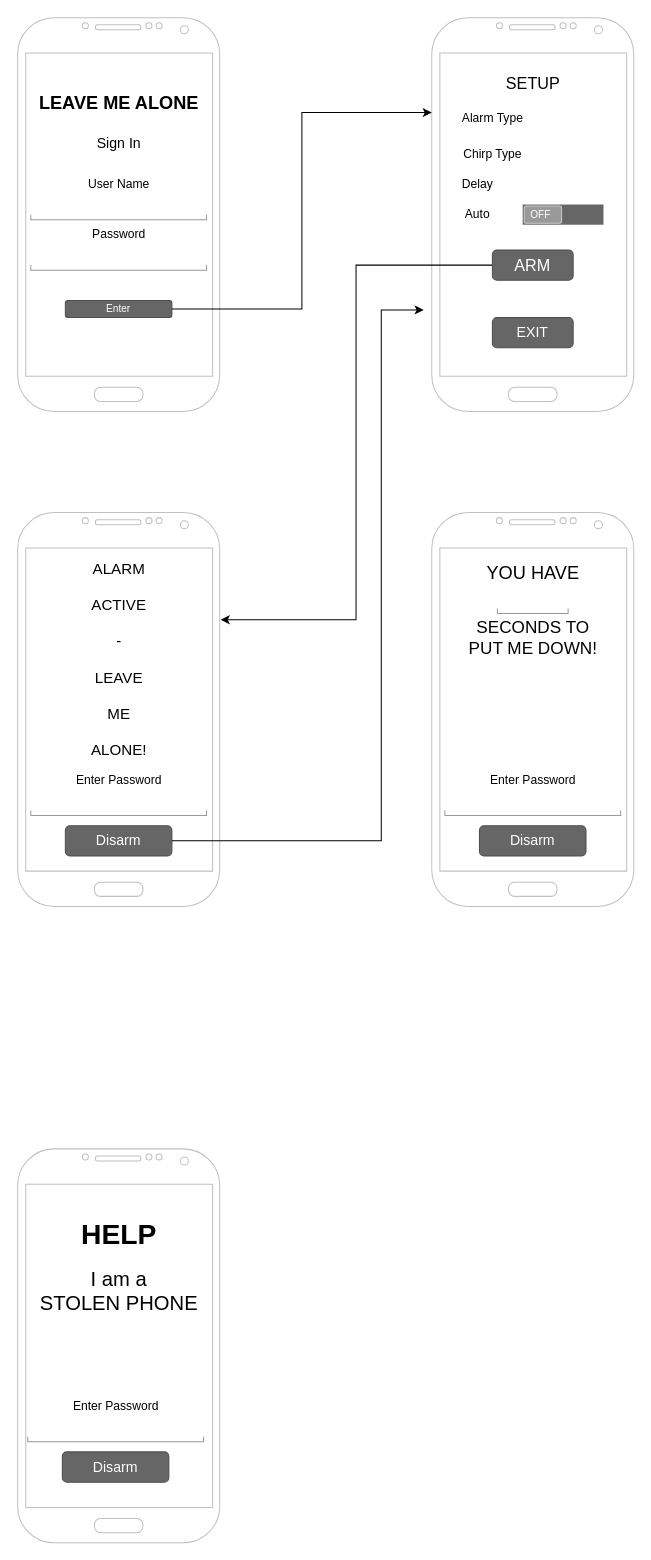
This is page "Page-1" (1 of 2) of work/Wireframe.drawio from ddc-java-17/leave-me-alone-reedsearle, a draw.io file, before an edit. Source tidied: cells renumbered, new cells numbered last; positions are measured from the earlier drawing's top-left corner, leaving out a move shared by most shapes. Both pictures are drawn from the tidied source at 101%, with x=0, y=0 at pixel (17, 17).
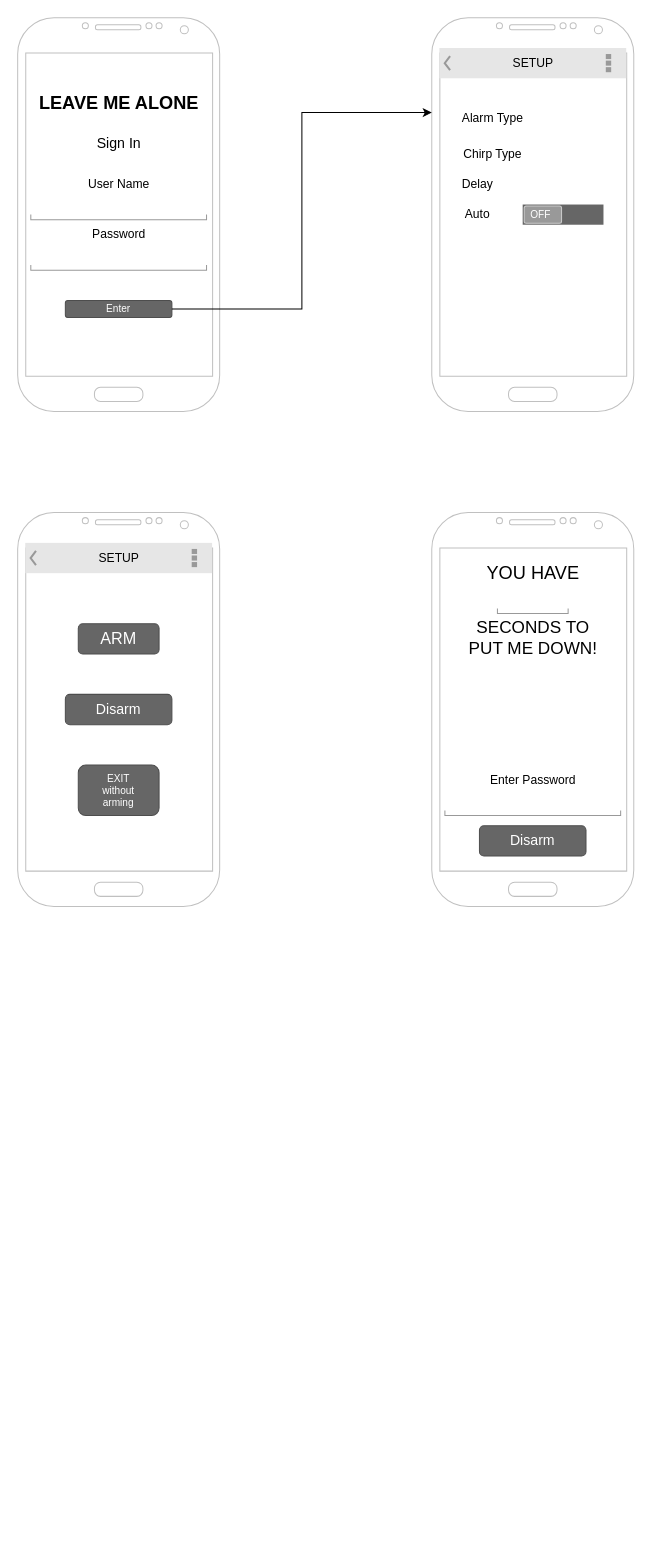
After the change.

The change refers to these unchanged cells:
```xml
<mxCell id="10" style="verticalLabelPosition=bottom;verticalAlign=top;html=1;shadow=0;dashed=0;strokeWidth=1;shape=mxgraph.android.phone2;strokeColor=#c0c0c0;" parent="1" vertex="1">
  <mxGeometry x="410" width="200" height="390" as="geometry" />
</mxCell>
<mxCell id="21" style="verticalLabelPosition=bottom;verticalAlign=top;html=1;shadow=0;dashed=0;strokeWidth=1;shape=mxgraph.android.phone2;strokeColor=#c0c0c0;" parent="1" vertex="1">
  <mxGeometry y="490" width="200" height="390" as="geometry" />
</mxCell>
```

Change to the diagram source:
```diff
@@
-    <mxCell id="11" value="&lt;font style=&quot;font-size: 16px;&quot;&gt;SETUP&lt;/font&gt;" style="text;html=1;align=center;verticalAlign=middle;strokeColor=none;fillColor=none;" parent="1" vertex="1">
-      <mxGeometry x="470" y="50" width="80" height="30" as="geometry" />
-    </mxCell>
@@
-    <mxCell id="17" style="edgeStyle=orthogonalEdgeStyle;rounded=0;jettySize=auto;html=1;exitX=0;exitY=0.5;exitDx=0;exitDy=0;entryX=1.005;entryY=0.272;entryDx=0;entryDy=0;entryPerimeter=0;" parent="1" edge="1" source="18" target="21">
-      <mxGeometry relative="1" as="geometry" />
-    </mxCell>
-    <mxCell id="18" value="&lt;font style=&quot;font-size: 16px;&quot;&gt;ARM&lt;/font&gt;" style="rounded=1;html=1;shadow=0;dashed=0;whiteSpace=wrap;fontSize=10;fillColor=#666666;align=center;strokeColor=#4D4D4D;fontColor=#ffffff;" parent="1" vertex="1">
-      <mxGeometry x="470" y="230" width="80" height="30" as="geometry" />
-    </mxCell>
-    <mxCell id="19" value="&lt;font style=&quot;font-size: 14px;&quot;&gt;EXIT&lt;/font&gt;" style="rounded=1;html=1;shadow=0;dashed=0;whiteSpace=wrap;fontSize=10;fillColor=#666666;align=center;strokeColor=#4D4D4D;fontColor=#ffffff;" parent="1" vertex="1">
-      <mxGeometry x="470" y="296.9" width="80" height="30" as="geometry" />
+    <mxCell id="19" value="&lt;font style=&quot;font-size: 10px;&quot;&gt;EXIT&lt;br&gt;without&lt;br&gt;arming&lt;br&gt;&lt;/font&gt;" style="rounded=1;html=1;shadow=0;dashed=0;whiteSpace=wrap;fontSize=10;fillColor=#666666;align=center;strokeColor=#4D4D4D;fontColor=#ffffff;" parent="1" vertex="1">
+      <mxGeometry x="60" y="740" width="80" height="50" as="geometry" />
     </mxCell>
@@
-    <mxCell id="22" value="&lt;font style=&quot;font-size: 15px;&quot;&gt;ALARM&lt;br&gt;&lt;br&gt;ACTIVE&lt;br&gt;&lt;br&gt;-&lt;br&gt;&lt;br&gt;LEAVE&lt;br&gt;&lt;br&gt;ME&lt;br&gt;&lt;br&gt;ALONE!&lt;/font&gt;" style="text;html=1;align=center;verticalAlign=middle;strokeColor=none;fillColor=none;" parent="1" vertex="1">
-      <mxGeometry x="60" y="530" width="80" height="210" as="geometry" />
-    </mxCell>
-    <mxCell id="23" value="Enter Password" style="text;html=1;align=center;verticalAlign=middle;strokeColor=none;fillColor=none;" parent="1" vertex="1">
-      <mxGeometry x="45" y="740" width="110" height="30" as="geometry" />
-    </mxCell>
-    <mxCell id="24" style="strokeWidth=1;html=1;shadow=0;dashed=0;shape=mxgraph.android.textfield;align=center;strokeColor=#999999;" parent="1" vertex="1">
-      <mxGeometry x="13" y="760" width="174" height="30" as="geometry" />
-    </mxCell>
     <mxCell id="25" value="&lt;font style=&quot;font-size: 14px;&quot;&gt;Disarm&lt;/font&gt;" style="rounded=1;html=1;shadow=0;dashed=0;whiteSpace=wrap;fontSize=10;fillColor=#666666;align=center;strokeColor=#4D4D4D;fontColor=#ffffff;" parent="1" vertex="1">
-      <mxGeometry x="47.2" y="800" width="105.5" height="30" as="geometry" />
+      <mxGeometry x="47.2" y="670" width="105.5" height="30" as="geometry" />
     </mxCell>
@@
-    <mxCell id="27" style="edgeStyle=orthogonalEdgeStyle;rounded=0;jettySize=auto;html=1;exitX=1;exitY=0.5;exitDx=0;exitDy=0;entryX=-0.04;entryY=0.742;entryDx=0;entryDy=0;entryPerimeter=0;" parent="1" edge="1" source="25" target="10">
-      <mxGeometry relative="1" as="geometry">
-        <Array as="points">
-          <mxPoint x="360" y="815" />
-          <mxPoint x="360" y="289" />
-        </Array>
-      </mxGeometry>
-    </mxCell>
@@
-    <mxCell id="34" value="&lt;font style=&quot;font-size: 14px;&quot;&gt;Disarm&lt;/font&gt;" style="rounded=1;html=1;shadow=0;dashed=0;whiteSpace=wrap;fontSize=10;fillColor=#666666;align=center;strokeColor=#4D4D4D;fontColor=#ffffff;" parent="1" vertex="1">
-      <mxGeometry x="44.2" y="1420" width="105.5" height="30" as="geometry" />
-    </mxCell>
-    <mxCell id="35" style="strokeWidth=1;html=1;shadow=0;dashed=0;shape=mxgraph.android.textfield;align=center;strokeColor=#999999;" parent="1" vertex="1">
-      <mxGeometry x="10" y="1380" width="174" height="30" as="geometry" />
-    </mxCell>
-    <mxCell id="36" value="Enter Password" style="text;html=1;align=center;verticalAlign=middle;strokeColor=none;fillColor=none;" parent="1" vertex="1">
-      <mxGeometry x="42" y="1360" width="110" height="30" as="geometry" />
-    </mxCell>
-    <mxCell id="37" style="verticalLabelPosition=bottom;verticalAlign=top;html=1;shadow=0;dashed=0;strokeWidth=1;shape=mxgraph.android.phone2;strokeColor=#c0c0c0;" parent="1" vertex="1">
-      <mxGeometry y="1120" width="200" height="390" as="geometry" />
-    </mxCell>
-    <mxCell id="38" value="&lt;font style=&quot;font-size: 28px;&quot;&gt;&lt;b&gt;HELP&lt;/b&gt;&lt;/font&gt;" style="text;html=1;align=center;verticalAlign=middle;strokeColor=none;fillColor=none;" parent="1" vertex="1">
-      <mxGeometry x="50" y="1180" width="100" height="50" as="geometry" />
-    </mxCell>
-    <mxCell id="39" value="&lt;font style=&quot;font-size: 20px;&quot;&gt;I am a &lt;br&gt;STOLEN PHONE&lt;/font&gt;" style="text;html=1;align=center;verticalAlign=middle;strokeColor=none;fillColor=none;" parent="1" vertex="1">
-      <mxGeometry x="10" y="1230" width="180" height="60" as="geometry" />
-    </mxCell>
+    <mxCell id="40" value="SETUP" style="strokeWidth=1;html=1;shadow=0;dashed=0;shape=mxgraph.android.action_bar;fillColor=#E6E6E6;strokeColor=#c0c0c0;strokeWidth=2;whiteSpace=wrap;" parent="1" vertex="1">
+      <mxGeometry x="417.5" y="30" width="185" height="30" as="geometry" />
+    </mxCell>
+    <mxCell id="18" value="&lt;font style=&quot;font-size: 16px;&quot;&gt;ARM&lt;/font&gt;" style="rounded=1;html=1;shadow=0;dashed=0;whiteSpace=wrap;fontSize=10;fillColor=#666666;align=center;strokeColor=#4D4D4D;fontColor=#ffffff;" parent="1" vertex="1">
+      <mxGeometry x="60" y="600" width="80" height="30" as="geometry" />
+    </mxCell>
+    <mxCell id="41" value="SETUP" style="strokeWidth=1;html=1;shadow=0;dashed=0;shape=mxgraph.android.action_bar;fillColor=#E6E6E6;strokeColor=#c0c0c0;strokeWidth=2;whiteSpace=wrap;" parent="1" vertex="1">
+      <mxGeometry x="7.5" y="520" width="185" height="30" as="geometry" />
+    </mxCell>
```
